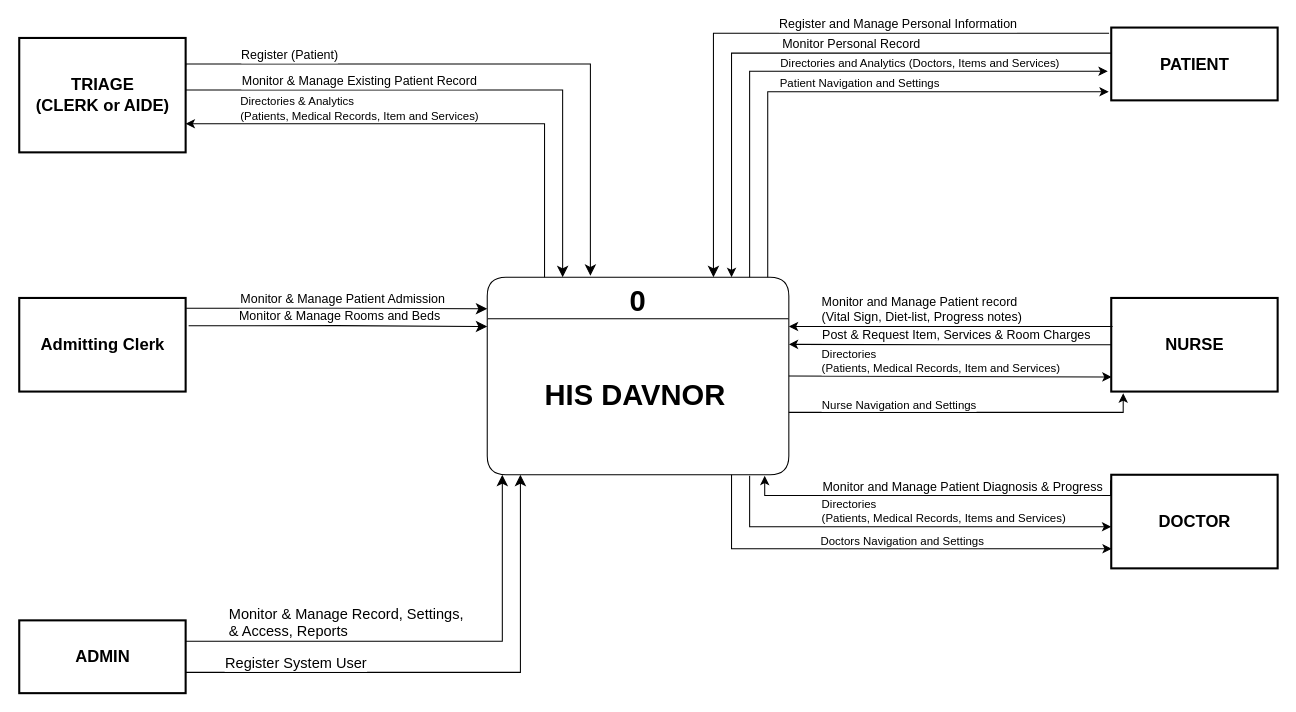
Before: page "CFD" (4 of 7) of ActivityDiagram.git.drawio in ediangca/DAVNORHIS-Diagram, a draw.io diagram. Source tidied: cells renumbered, new cells numbered last; positions are measured from the earlier drawing's top-left corner, leaving out a move shared by most shapes. Both pictures are drawn from the tidied source at 104%, with x=0, y=0 at pixel (19, 27).
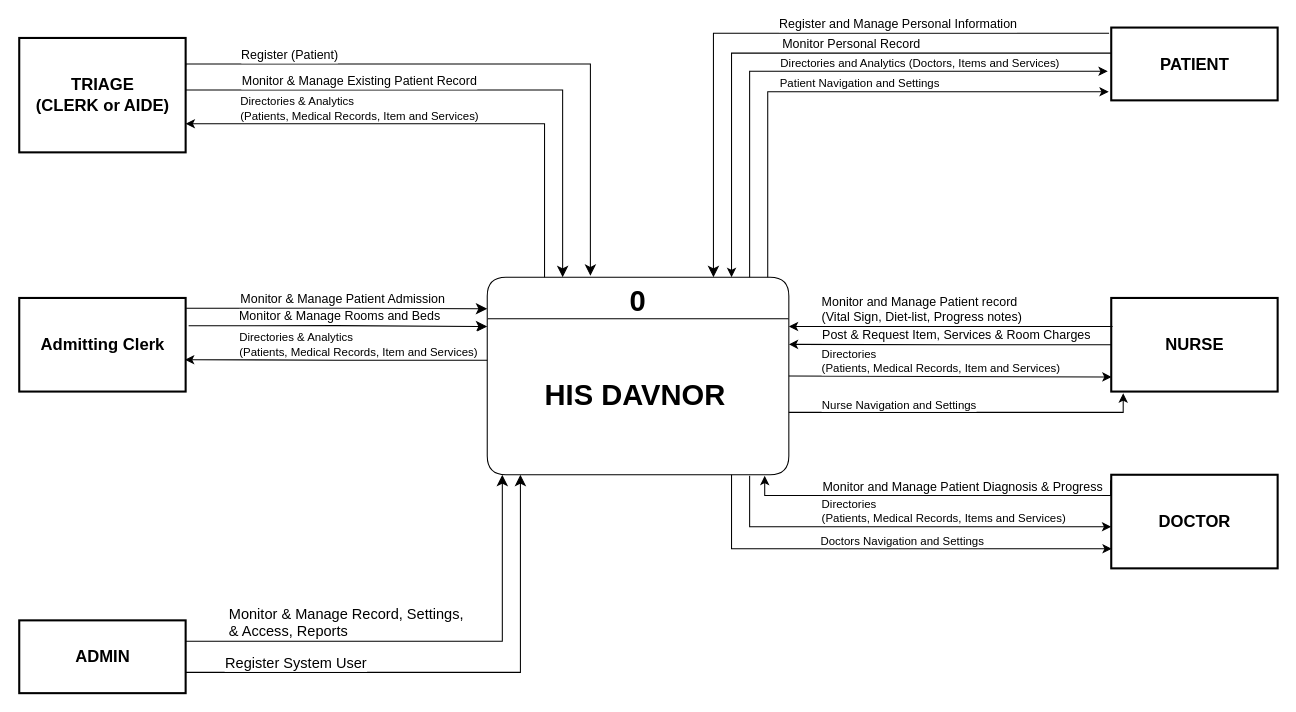
The same page after the edit.

Commit message:
Directories & Analytics  (Patients, Medical Records, Item and Services)

Unchanged cells that the change refers to:
```xml
<mxCell id="17" value="&lt;b&gt;Admitting Clerk&lt;/b&gt;" style="rounded=0;fillColor=default;strokeColor=default;strokeWidth=2;fontFamily=Helvetica;html=1;gradientColor=none;fontColor=default;fontSize=16;" parent="1" vertex="1">
  <mxGeometry y="260" width="160" height="90" as="geometry" />
</mxCell>
<mxCell id="21" value="0" style="swimlane;fontStyle=1;horizontal=1;startSize=40;fillColor=#ffffff;swimlaneFillColor=#ffffff;fontSize=28;rounded=1;shadow=0;glass=0;points=[[0,0,0,0,0],[0,0.08,0,0,0],[0,0.16,0,0,0],[0,0.25,0,0,0],[0,0.31,0,0,0],[0,0.37,0,0,0],[0,0.42,0,0,0],[0,0.5,0,0,0],[0,0.54,0,0,0],[0,0.6,0,0,0],[0,0.66,0,0,0],[0,0.75,0,0,0],[0,1,0,0,0],[0.01,0.83,0,0,0],[0.01,0.89,0,0,0],[0.05,1,0,0,0],[0.06,0,0,0,0],[0.11,1,0,0,0],[0.12,0,0,0,0],[0.18,1,0,0,1],[0.19,0,0,0,0],[0.25,0,0,0,0],[0.25,1,0,0,0],[0.32,0,0,0,0],[0.32,1,0,0,0],[0.38,0,0,0,0],[0.38,1,0,0,0],[0.43,1,0,0,0],[0.44,0,0,0,0],[0.5,0,0,0,0],[0.5,1,0,0,0],[0.55,1,0,0,0],[0.56,0,0,0,0],[0.6,1,0,0,1],[0.62,0,0,0,0],[0.67,1,0,0,1],[0.69,0,0,0,0],[0.75,0,0,0,0],[0.75,1,0,0,0],[0.81,0,0,0,0],[0.81,1,0,0,0],[0.87,0,0,0,0],[0.87,1,0,0,1],[0.92,1,0,0,1],[0.93,0,0,0,0],[0.99,0.6,0,0,0],[1,0,0,0,0],[1,0.11,0,0,0],[1,0.18,0,0,0],[1,0.25,0,0,0],[1,0.34,0,0,0],[1,0.42,0,0,0],[1,0.5,0,0,0],[1,0.67,0,0,0],[1,0.75,0,0,0],[1,0.83,0,0,0],[1,0.91,0,0,0],[1,1,0,0,0]];" parent="20" vertex="1">
  <mxGeometry width="290" height="190" as="geometry" />
</mxCell>
```

Change to the diagram source:
```diff
@@
+    <mxCell id="47" style="edgeStyle=orthogonalEdgeStyle;rounded=0;jettySize=auto;html=1;exitX=0;exitY=0.42;exitDx=0;exitDy=0;exitPerimeter=0;entryX=0.996;entryY=0.659;entryDx=0;entryDy=0;entryPerimeter=0;" parent="1" edge="1" source="21" target="17">
+      <mxGeometry relative="1" as="geometry" />
+    </mxCell>
+    <mxCell id="48" value="&lt;span style=&quot;&quot;&gt;Directories &amp;amp; Analytics&amp;nbsp;&lt;/span&gt;&lt;div style=&quot;&quot;&gt;(Patients, Medical Records, Item and Services)&lt;/div&gt;" style="edgeLabel;html=1;align=left;verticalAlign=middle;" parent="47" vertex="1">
+      <mxGeometry x="0.62" relative="1" as="geometry">
+        <mxPoint x="-5" y="-15" as="offset" />
+      </mxGeometry>
+    </mxCell>
```
